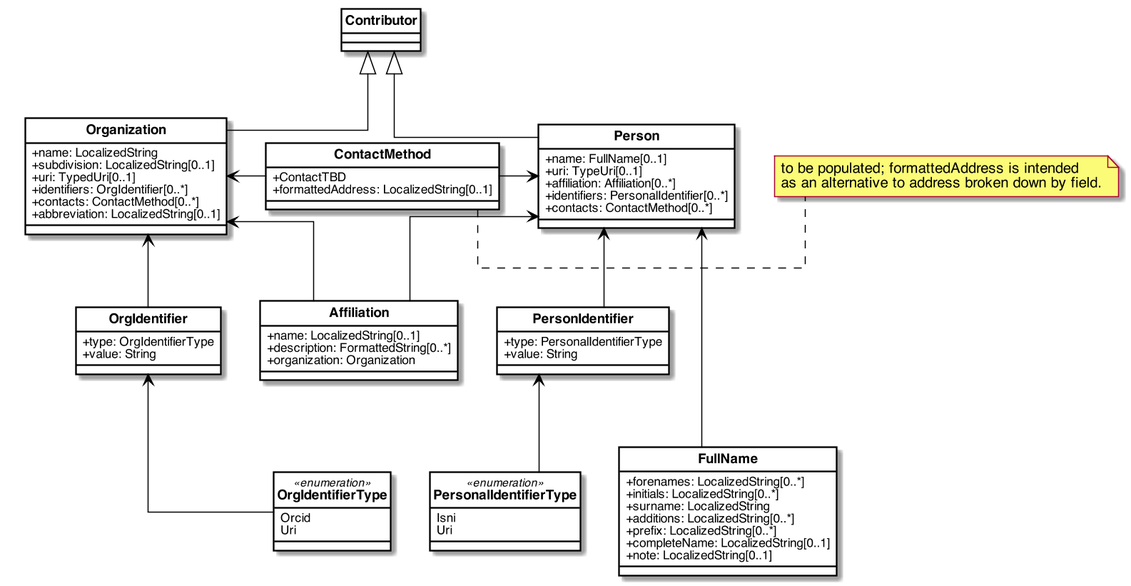
This is images/RelBib_Contributor.png from relaton/relaton-models, a PlantUML export, as it was before one commit.
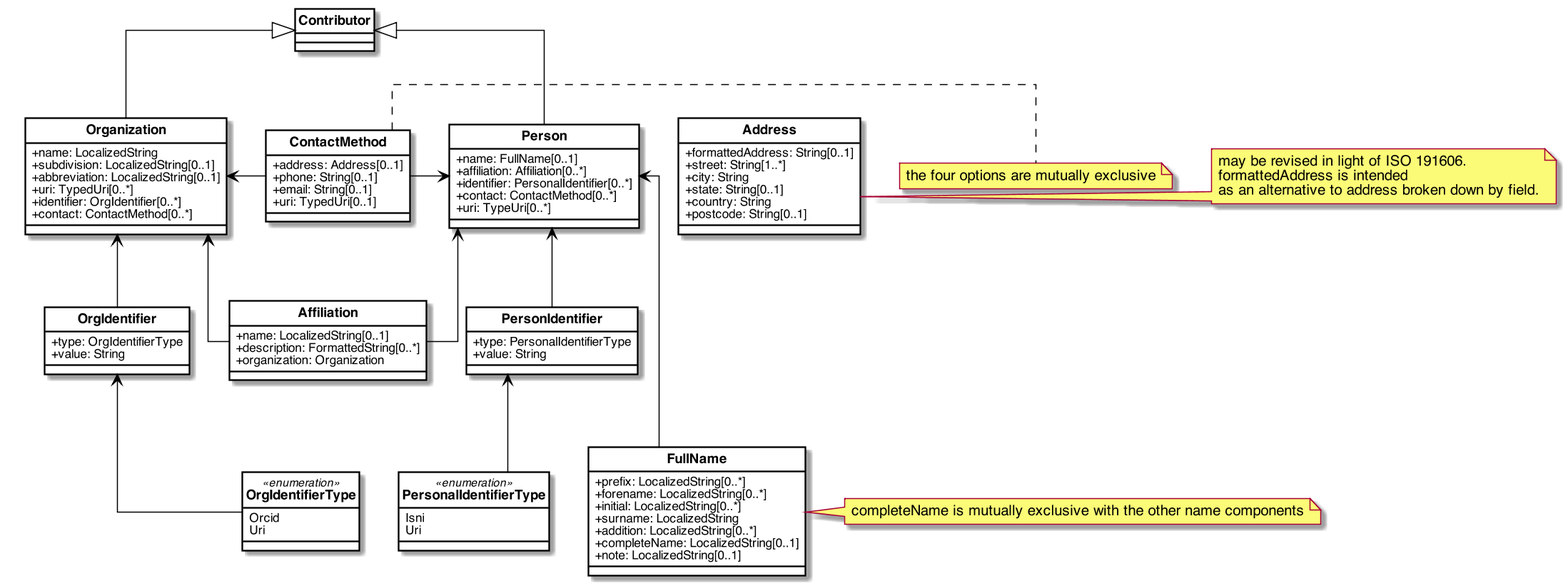
After the change.

Diff of the diagram source:
```diff
@@ -48,25 +48,36 @@
 together {
     class Person{
         +name: FullName[0..1]
-        +uri: TypeUri[0..1]
         +affiliation: Affiliation[0..*]
-        +identifiers: PersonalIdentifier[0..*]
-        +contacts: ContactMethod[0..*]
+        +identifier: PersonalIdentifier[0..*]
+        +contact: ContactMethod[0..*]
+        +uri: TypeUri[0..*]
     }
 
     class ContactMethod{
-        +ContactTBD
-        +formattedAddress: LocalizedString[0..1]
+        +address: Address[0..1]
+        +phone: String[0..1]
+        +email: String[0..1]
+        +uri: TypedUri[0..1]
     }
 
     class Organization{
         +name: LocalizedString
         +subdivision: LocalizedString[0..1]
-        +uri: TypedUri[0..1]
-        +identifiers: OrgIdentifier[0..*]
-        +contacts: ContactMethod[0..*]
         +abbreviation: LocalizedString[0..1]
+        +uri: TypedUri[0..*]
+        +identifier: OrgIdentifier[0..*]
+        +contact: ContactMethod[0..*]
     }
+
+class Address {
+    +formattedAddress: String[0..1]
+    +street: String[1..*]
+    +city: String
+    +state: String[0..1]
+    +country: String
+    +postcode: String[0..1]
+}
 }
 
 together {
@@ -96,11 +107,11 @@
     }
 
     class FullName{
-        +forenames: LocalizedString[0..*]
-        +initials: LocalizedString[0..*]
+        +prefix: LocalizedString[0..*]
+        +forename: LocalizedString[0..*]
+        +initial: LocalizedString[0..*]
         +surname: LocalizedString
-        +additions: LocalizedString[0..*]
-        +prefix: LocalizedString[0..*]
+        +addition: LocalizedString[0..*]
         +completeName: LocalizedString[0..1]
         +note: LocalizedString[0..1]
     }
@@ -112,7 +123,9 @@
 }
 
 
-note right of ContactMethod: to be populated; formattedAddress is intended\nas an alternative to address broken down by field.
+note right of ContactMethod: the four options are mutually exclusive
+note right of Address: may be revised in light of ISO 191606.\nformattedAddress is intended\nas an alternative to address broken down by field.
+note right of FullName: completeName is mutually exclusive with the other name components
 
 
 Contributor <|-- Person
```
